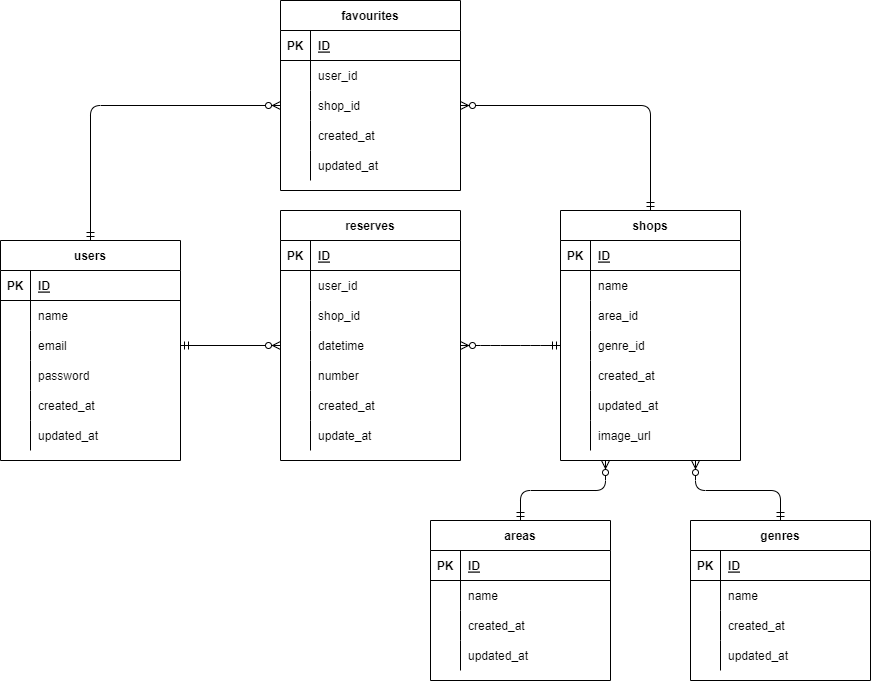
naotominato/rese keeps this draw.io diagram as 更新用er.drawio.png. Above is the earlier version. Source tidied: cells renumbered, new cells last; positions are measured from the earlier drawing's top-left corner, leaving out a move shared by most shapes.
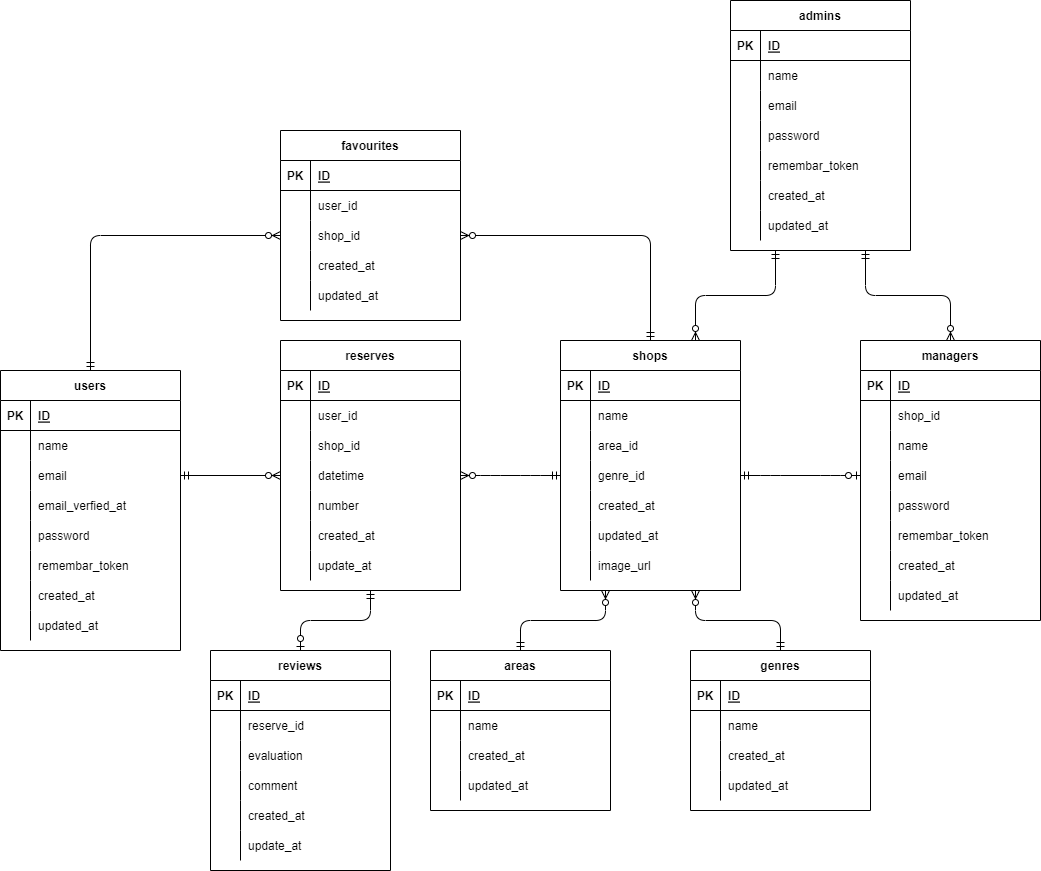
Above is the later version.

What changed in the source:
```diff
@@ -213,7 +213,7 @@
       <mxGeometry x="30" width="150" height="30" as="geometry" />
     </mxCell>
     <mxCell id="72" value="users" style="shape=table;startSize=30;rowLines=0;fontStyle=1;align=center;" parent="1" vertex="1">
-      <mxGeometry y="240" width="180" height="220" as="geometry" />
+      <mxGeometry y="240" width="180" height="280" as="geometry" />
     </mxCell>
     <mxCell id="73" style="shape=partialRectangle;fillColor=none;top=0;left=0;bottom=1;right=0;" parent="72" vertex="1">
       <mxGeometry y="30" width="180" height="30" as="geometry" />
@@ -248,7 +248,7 @@
     <mxCell id="83" style="shape=partialRectangle;fillColor=none;top=0;left=0;bottom=0;right=0;overflow=hidden;" parent="82" vertex="1">
       <mxGeometry width="30" height="30" as="geometry" />
     </mxCell>
-    <mxCell id="84" value="password" style="shape=partialRectangle;fillColor=none;top=0;left=0;bottom=0;right=0;align=left;spacingLeft=6;overflow=hidden;" parent="82" vertex="1">
+    <mxCell id="84" value="email_verfied_at" style="shape=partialRectangle;fillColor=none;top=0;left=0;bottom=0;right=0;align=left;spacingLeft=6;overflow=hidden;" parent="82" vertex="1">
       <mxGeometry x="30" width="150" height="30" as="geometry" />
     </mxCell>
     <mxCell id="85" style="shape=partialRectangle;fillColor=none;top=0;left=0;bottom=0;right=0;" parent="72" vertex="1">
@@ -257,7 +257,7 @@
     <mxCell id="86" style="shape=partialRectangle;fillColor=none;top=0;left=0;bottom=0;right=0;overflow=hidden;" parent="85" vertex="1">
       <mxGeometry width="30" height="30" as="geometry" />
     </mxCell>
-    <mxCell id="87" value="created_at" style="shape=partialRectangle;fillColor=none;top=0;left=0;bottom=0;right=0;align=left;spacingLeft=6;overflow=hidden;" parent="85" vertex="1">
+    <mxCell id="87" value="password" style="shape=partialRectangle;fillColor=none;top=0;left=0;bottom=0;right=0;align=left;spacingLeft=6;overflow=hidden;" parent="85" vertex="1">
       <mxGeometry x="30" width="150" height="30" as="geometry" />
     </mxCell>
     <mxCell id="88" style="shape=partialRectangle;fillColor=none;top=0;left=0;bottom=0;right=0;" parent="72" vertex="1">
@@ -266,9 +266,27 @@
     <mxCell id="89" style="shape=partialRectangle;fillColor=none;top=0;left=0;bottom=0;right=0;overflow=hidden;" parent="88" vertex="1">
       <mxGeometry width="30" height="30" as="geometry" />
     </mxCell>
-    <mxCell id="90" value="updated_at" style="shape=partialRectangle;fillColor=none;top=0;left=0;bottom=0;right=0;align=left;spacingLeft=6;overflow=hidden;" parent="88" vertex="1">
+    <mxCell id="90" value="remembar_token" style="shape=partialRectangle;fillColor=none;top=0;left=0;bottom=0;right=0;align=left;spacingLeft=6;overflow=hidden;" parent="88" vertex="1">
       <mxGeometry x="30" width="150" height="30" as="geometry" />
     </mxCell>
+    <mxCell id="113" style="shape=partialRectangle;fillColor=none;top=0;left=0;bottom=0;right=0;" parent="72" vertex="1">
+      <mxGeometry y="210" width="180" height="30" as="geometry" />
+    </mxCell>
+    <mxCell id="114" style="shape=partialRectangle;fillColor=none;top=0;left=0;bottom=0;right=0;overflow=hidden;" parent="113" vertex="1">
+      <mxGeometry width="30" height="30" as="geometry" />
+    </mxCell>
+    <mxCell id="115" value="created_at" style="shape=partialRectangle;fillColor=none;top=0;left=0;bottom=0;right=0;align=left;spacingLeft=6;overflow=hidden;" parent="113" vertex="1">
+      <mxGeometry x="30" width="150" height="30" as="geometry" />
+    </mxCell>
+    <mxCell id="116" style="shape=partialRectangle;fillColor=none;top=0;left=0;bottom=0;right=0;" parent="72" vertex="1">
+      <mxGeometry y="240" width="180" height="30" as="geometry" />
+    </mxCell>
+    <mxCell id="117" style="shape=partialRectangle;fillColor=none;top=0;left=0;bottom=0;right=0;overflow=hidden;" parent="116" vertex="1">
+      <mxGeometry width="30" height="30" as="geometry" />
+    </mxCell>
+    <mxCell id="118" value="updated_at" style="shape=partialRectangle;fillColor=none;top=0;left=0;bottom=0;right=0;align=left;spacingLeft=6;overflow=hidden;" parent="116" vertex="1">
+      <mxGeometry x="30" width="150" height="30" as="geometry" />
+    </mxCell>
     <mxCell id="91" style="fontSize=12;html=1;endArrow=ERzeroToMany;startArrow=ERmandOne;exitX=1;exitY=0.5;exitDx=0;exitDy=0;" parent="1" edge="1" source="79">
       <mxGeometry relative="1" as="geometry">
         <mxPoint x="280" y="345" as="targetPoint" />
@@ -337,5 +355,215 @@
     <mxCell id="112" style="edgeStyle=entityRelationEdgeStyle;fontSize=12;html=1;endArrow=ERzeroToMany;startArrow=ERmandOne;entryX=1;entryY=0.5;entryDx=0;entryDy=0;exitX=0;exitY=0.5;exitDx=0;exitDy=0;" parent="1" edge="1" source="12" target="34">
       <mxGeometry relative="1" as="geometry" />
     </mxCell>
+    <mxCell id="119" value="reviews" style="shape=table;startSize=30;rowLines=0;fontStyle=1;align=center;" parent="1" vertex="1">
+      <mxGeometry x="210" y="520" width="180" height="220" as="geometry" />
+    </mxCell>
+    <mxCell id="120" style="shape=partialRectangle;fillColor=none;top=0;left=0;bottom=1;right=0;" parent="119" vertex="1">
+      <mxGeometry y="30" width="180" height="30" as="geometry" />
+    </mxCell>
+    <mxCell id="121" value="PK" style="shape=partialRectangle;fillColor=none;top=0;left=0;bottom=0;right=0;fontStyle=1;overflow=hidden;" parent="120" vertex="1">
+      <mxGeometry width="30" height="30" as="geometry" />
+    </mxCell>
+    <mxCell id="122" value="ID" style="shape=partialRectangle;fillColor=none;top=0;left=0;bottom=0;right=0;align=left;spacingLeft=6;fontStyle=5;overflow=hidden;" parent="120" vertex="1">
+      <mxGeometry x="30" width="150" height="30" as="geometry" />
+    </mxCell>
+    <mxCell id="123" style="shape=partialRectangle;fillColor=none;top=0;left=0;bottom=0;right=0;" parent="119" vertex="1">
+      <mxGeometry y="60" width="180" height="30" as="geometry" />
+    </mxCell>
+    <mxCell id="124" style="shape=partialRectangle;fillColor=none;top=0;left=0;bottom=0;right=0;overflow=hidden;" parent="123" vertex="1">
+      <mxGeometry width="30" height="30" as="geometry" />
+    </mxCell>
+    <mxCell id="125" value="reserve_id" style="shape=partialRectangle;fillColor=none;top=0;left=0;bottom=0;right=0;align=left;spacingLeft=6;overflow=hidden;" parent="123" vertex="1">
+      <mxGeometry x="30" width="150" height="30" as="geometry" />
+    </mxCell>
+    <mxCell id="126" style="shape=partialRectangle;fillColor=none;top=0;left=0;bottom=0;right=0;" parent="119" vertex="1">
+      <mxGeometry y="90" width="180" height="30" as="geometry" />
+    </mxCell>
+    <mxCell id="127" style="shape=partialRectangle;fillColor=none;top=0;left=0;bottom=0;right=0;overflow=hidden;" parent="126" vertex="1">
+      <mxGeometry width="30" height="30" as="geometry" />
+    </mxCell>
+    <mxCell id="128" value="evaluation" style="shape=partialRectangle;fillColor=none;top=0;left=0;bottom=0;right=0;align=left;spacingLeft=6;overflow=hidden;" parent="126" vertex="1">
+      <mxGeometry x="30" width="150" height="30" as="geometry" />
+    </mxCell>
+    <mxCell id="129" style="shape=partialRectangle;fillColor=none;top=0;left=0;bottom=0;right=0;" parent="119" vertex="1">
+      <mxGeometry y="120" width="180" height="30" as="geometry" />
+    </mxCell>
+    <mxCell id="130" style="shape=partialRectangle;fillColor=none;top=0;left=0;bottom=0;right=0;overflow=hidden;" parent="129" vertex="1">
+      <mxGeometry width="30" height="30" as="geometry" />
+    </mxCell>
+    <mxCell id="131" value="comment" style="shape=partialRectangle;fillColor=none;top=0;left=0;bottom=0;right=0;align=left;spacingLeft=6;overflow=hidden;" parent="129" vertex="1">
+      <mxGeometry x="30" width="150" height="30" as="geometry" />
+    </mxCell>
+    <mxCell id="132" style="shape=partialRectangle;fillColor=none;top=0;left=0;bottom=0;right=0;" parent="119" vertex="1">
+      <mxGeometry y="150" width="180" height="30" as="geometry" />
+    </mxCell>
+    <mxCell id="133" style="shape=partialRectangle;fillColor=none;top=0;left=0;bottom=0;right=0;overflow=hidden;" parent="132" vertex="1">
+      <mxGeometry width="30" height="30" as="geometry" />
+    </mxCell>
+    <mxCell id="134" value="created_at" style="shape=partialRectangle;fillColor=none;top=0;left=0;bottom=0;right=0;align=left;spacingLeft=6;overflow=hidden;" parent="132" vertex="1">
+      <mxGeometry x="30" width="150" height="30" as="geometry" />
+    </mxCell>
+    <mxCell id="135" style="shape=partialRectangle;fillColor=none;top=0;left=0;bottom=0;right=0;" parent="119" vertex="1">
+      <mxGeometry y="180" width="180" height="30" as="geometry" />
+    </mxCell>
+    <mxCell id="136" style="shape=partialRectangle;fillColor=none;top=0;left=0;bottom=0;right=0;overflow=hidden;" parent="135" vertex="1">
+      <mxGeometry width="30" height="30" as="geometry" />
+    </mxCell>
+    <mxCell id="137" value="update_at" style="shape=partialRectangle;fillColor=none;top=0;left=0;bottom=0;right=0;align=left;spacingLeft=6;overflow=hidden;" parent="135" vertex="1">
+      <mxGeometry x="30" width="150" height="30" as="geometry" />
+    </mxCell>
+    <mxCell id="138" value="admins" style="shape=table;startSize=30;rowLines=0;fontStyle=1;align=center;" parent="1" vertex="1">
+      <mxGeometry x="730" y="-130" width="180" height="250" as="geometry" />
+    </mxCell>
+    <mxCell id="139" style="shape=partialRectangle;fillColor=none;top=0;left=0;bottom=1;right=0;" parent="138" vertex="1">
+      <mxGeometry y="30" width="180" height="30" as="geometry" />
+    </mxCell>
+    <mxCell id="140" value="PK" style="shape=partialRectangle;fillColor=none;top=0;left=0;bottom=0;right=0;fontStyle=1;overflow=hidden;" parent="139" vertex="1">
+      <mxGeometry width="30" height="30" as="geometry" />
+    </mxCell>
+    <mxCell id="141" value="ID" style="shape=partialRectangle;fillColor=none;top=0;left=0;bottom=0;right=0;align=left;spacingLeft=6;fontStyle=5;overflow=hidden;" parent="139" vertex="1">
+      <mxGeometry x="30" width="150" height="30" as="geometry" />
+    </mxCell>
+    <mxCell id="142" style="shape=partialRectangle;fillColor=none;top=0;left=0;bottom=0;right=0;" parent="138" vertex="1">
+      <mxGeometry y="60" width="180" height="30" as="geometry" />
+    </mxCell>
+    <mxCell id="143" style="shape=partialRectangle;fillColor=none;top=0;left=0;bottom=0;right=0;overflow=hidden;" parent="142" vertex="1">
+      <mxGeometry width="30" height="30" as="geometry" />
+    </mxCell>
+    <mxCell id="144" value="name" style="shape=partialRectangle;fillColor=none;top=0;left=0;bottom=0;right=0;align=left;spacingLeft=6;overflow=hidden;" parent="142" vertex="1">
+      <mxGeometry x="30" width="150" height="30" as="geometry" />
+    </mxCell>
+    <mxCell id="145" style="shape=partialRectangle;fillColor=none;top=0;left=0;bottom=0;right=0;" parent="138" vertex="1">
+      <mxGeometry y="90" width="180" height="30" as="geometry" />
+    </mxCell>
+    <mxCell id="146" style="shape=partialRectangle;fillColor=none;top=0;left=0;bottom=0;right=0;overflow=hidden;" parent="145" vertex="1">
+      <mxGeometry width="30" height="30" as="geometry" />
+    </mxCell>
+    <mxCell id="147" value="email" style="shape=partialRectangle;fillColor=none;top=0;left=0;bottom=0;right=0;align=left;spacingLeft=6;overflow=hidden;" parent="145" vertex="1">
+      <mxGeometry x="30" width="150" height="30" as="geometry" />
+    </mxCell>
+    <mxCell id="148" style="shape=partialRectangle;fillColor=none;top=0;left=0;bottom=0;right=0;" parent="138" vertex="1">
+      <mxGeometry y="120" width="180" height="30" as="geometry" />
+    </mxCell>
+    <mxCell id="149" style="shape=partialRectangle;fillColor=none;top=0;left=0;bottom=0;right=0;overflow=hidden;" parent="148" vertex="1">
+      <mxGeometry width="30" height="30" as="geometry" />
+    </mxCell>
+    <mxCell id="150" value="password" style="shape=partialRectangle;fillColor=none;top=0;left=0;bottom=0;right=0;align=left;spacingLeft=6;overflow=hidden;" parent="148" vertex="1">
+      <mxGeometry x="30" width="150" height="30" as="geometry" />
+    </mxCell>
+    <mxCell id="151" style="shape=partialRectangle;fillColor=none;top=0;left=0;bottom=0;right=0;" parent="138" vertex="1">
+      <mxGeometry y="150" width="180" height="30" as="geometry" />
+    </mxCell>
+    <mxCell id="152" style="shape=partialRectangle;fillColor=none;top=0;left=0;bottom=0;right=0;overflow=hidden;" parent="151" vertex="1">
+      <mxGeometry width="30" height="30" as="geometry" />
+    </mxCell>
+    <mxCell id="153" value="remembar_token" style="shape=partialRectangle;fillColor=none;top=0;left=0;bottom=0;right=0;align=left;spacingLeft=6;overflow=hidden;" parent="151" vertex="1">
+      <mxGeometry x="30" width="150" height="30" as="geometry" />
+    </mxCell>
+    <mxCell id="154" style="shape=partialRectangle;fillColor=none;top=0;left=0;bottom=0;right=0;" parent="138" vertex="1">
+      <mxGeometry y="180" width="180" height="30" as="geometry" />
+    </mxCell>
+    <mxCell id="155" style="shape=partialRectangle;fillColor=none;top=0;left=0;bottom=0;right=0;overflow=hidden;" parent="154" vertex="1">
+      <mxGeometry width="30" height="30" as="geometry" />
+    </mxCell>
+    <mxCell id="156" value="created_at" style="shape=partialRectangle;fillColor=none;top=0;left=0;bottom=0;right=0;align=left;spacingLeft=6;overflow=hidden;" parent="154" vertex="1">
+      <mxGeometry x="30" width="150" height="30" as="geometry" />
+    </mxCell>
+    <mxCell id="157" style="shape=partialRectangle;fillColor=none;top=0;left=0;bottom=0;right=0;" parent="138" vertex="1">
+      <mxGeometry y="210" width="180" height="30" as="geometry" />
+    </mxCell>
+    <mxCell id="158" style="shape=partialRectangle;fillColor=none;top=0;left=0;bottom=0;right=0;overflow=hidden;" parent="157" vertex="1">
+      <mxGeometry width="30" height="30" as="geometry" />
+    </mxCell>
+    <mxCell id="159" value="updated_at" style="shape=partialRectangle;fillColor=none;top=0;left=0;bottom=0;right=0;align=left;spacingLeft=6;overflow=hidden;" parent="157" vertex="1">
+      <mxGeometry x="30" width="150" height="30" as="geometry" />
+    </mxCell>
+    <mxCell id="160" value="managers" style="shape=table;startSize=30;rowLines=0;fontStyle=1;align=center;" parent="1" vertex="1">
+      <mxGeometry x="860" y="210" width="180" height="280" as="geometry" />
+    </mxCell>
+    <mxCell id="161" style="shape=partialRectangle;fillColor=none;top=0;left=0;bottom=1;right=0;" parent="160" vertex="1">
+      <mxGeometry y="30" width="180" height="30" as="geometry" />
+    </mxCell>
+    <mxCell id="162" value="PK" style="shape=partialRectangle;fillColor=none;top=0;left=0;bottom=0;right=0;fontStyle=1;overflow=hidden;" parent="161" vertex="1">
+      <mxGeometry width="30" height="30" as="geometry" />
+    </mxCell>
+    <mxCell id="163" value="ID" style="shape=partialRectangle;fillColor=none;top=0;left=0;bottom=0;right=0;align=left;spacingLeft=6;fontStyle=5;overflow=hidden;" parent="161" vertex="1">
+      <mxGeometry x="30" width="150" height="30" as="geometry" />
+    </mxCell>
+    <mxCell id="164" style="shape=partialRectangle;fillColor=none;top=0;left=0;bottom=0;right=0;" parent="160" vertex="1">
+      <mxGeometry y="60" width="180" height="30" as="geometry" />
+    </mxCell>
+    <mxCell id="165" style="shape=partialRectangle;fillColor=none;top=0;left=0;bottom=0;right=0;overflow=hidden;" parent="164" vertex="1">
+      <mxGeometry width="30" height="30" as="geometry" />
+    </mxCell>
+    <mxCell id="166" value="shop_id" style="shape=partialRectangle;fillColor=none;top=0;left=0;bottom=0;right=0;align=left;spacingLeft=6;overflow=hidden;" parent="164" vertex="1">
+      <mxGeometry x="30" width="150" height="30" as="geometry" />
+    </mxCell>
+    <mxCell id="167" style="shape=partialRectangle;fillColor=none;top=0;left=0;bottom=0;right=0;" parent="160" vertex="1">
+      <mxGeometry y="90" width="180" height="30" as="geometry" />
+    </mxCell>
+    <mxCell id="168" style="shape=partialRectangle;fillColor=none;top=0;left=0;bottom=0;right=0;overflow=hidden;" parent="167" vertex="1">
+      <mxGeometry width="30" height="30" as="geometry" />
+    </mxCell>
+    <mxCell id="169" value="name" style="shape=partialRectangle;fillColor=none;top=0;left=0;bottom=0;right=0;align=left;spacingLeft=6;overflow=hidden;" parent="167" vertex="1">
+      <mxGeometry x="30" width="150" height="30" as="geometry" />
+    </mxCell>
+    <mxCell id="170" style="shape=partialRectangle;fillColor=none;top=0;left=0;bottom=0;right=0;points=[[0,0.5],[1,0.5]];portConstraint=eastwest;" parent="160" vertex="1">
+      <mxGeometry y="120" width="180" height="30" as="geometry" />
+    </mxCell>
+    <mxCell id="171" style="shape=partialRectangle;fillColor=none;top=0;left=0;bottom=0;right=0;overflow=hidden;" parent="170" vertex="1">
+      <mxGeometry width="30" height="30" as="geometry" />
+    </mxCell>
+    <mxCell id="172" value="email" style="shape=partialRectangle;fillColor=none;top=0;left=0;bottom=0;right=0;align=left;spacingLeft=6;overflow=hidden;" parent="170" vertex="1">
+      <mxGeometry x="30" width="150" height="30" as="geometry" />
+    </mxCell>
+    <mxCell id="173" style="shape=partialRectangle;fillColor=none;top=0;left=0;bottom=0;right=0;" parent="160" vertex="1">
+      <mxGeometry y="150" width="180" height="30" as="geometry" />
+    </mxCell>
+    <mxCell id="174" style="shape=partialRectangle;fillColor=none;top=0;left=0;bottom=0;right=0;overflow=hidden;" parent="173" vertex="1">
+      <mxGeometry width="30" height="30" as="geometry" />
+    </mxCell>
+    <mxCell id="175" value="password" style="shape=partialRectangle;fillColor=none;top=0;left=0;bottom=0;right=0;align=left;spacingLeft=6;overflow=hidden;" parent="173" vertex="1">
+      <mxGeometry x="30" width="150" height="30" as="geometry" />
+    </mxCell>
+    <mxCell id="176" style="shape=partialRectangle;fillColor=none;top=0;left=0;bottom=0;right=0;" parent="160" vertex="1">
+      <mxGeometry y="180" width="180" height="30" as="geometry" />
+    </mxCell>
+    <mxCell id="177" style="shape=partialRectangle;fillColor=none;top=0;left=0;bottom=0;right=0;overflow=hidden;" parent="176" vertex="1">
+      <mxGeometry width="30" height="30" as="geometry" />
+    </mxCell>
+    <mxCell id="178" value="remembar_token" style="shape=partialRectangle;fillColor=none;top=0;left=0;bottom=0;right=0;align=left;spacingLeft=6;overflow=hidden;" parent="176" vertex="1">
+      <mxGeometry x="30" width="150" height="30" as="geometry" />
+    </mxCell>
+    <mxCell id="179" style="shape=partialRectangle;fillColor=none;top=0;left=0;bottom=0;right=0;" parent="160" vertex="1">
+      <mxGeometry y="210" width="180" height="30" as="geometry" />
+    </mxCell>
+    <mxCell id="180" style="shape=partialRectangle;fillColor=none;top=0;left=0;bottom=0;right=0;overflow=hidden;" parent="179" vertex="1">
+      <mxGeometry width="30" height="30" as="geometry" />
+    </mxCell>
+    <mxCell id="181" value="created_at" style="shape=partialRectangle;fillColor=none;top=0;left=0;bottom=0;right=0;align=left;spacingLeft=6;overflow=hidden;" parent="179" vertex="1">
+      <mxGeometry x="30" width="150" height="30" as="geometry" />
+    </mxCell>
+    <mxCell id="182" style="shape=partialRectangle;fillColor=none;top=0;left=0;bottom=0;right=0;" parent="160" vertex="1">
+      <mxGeometry y="240" width="180" height="30" as="geometry" />
+    </mxCell>
+    <mxCell id="183" style="shape=partialRectangle;fillColor=none;top=0;left=0;bottom=0;right=0;overflow=hidden;" parent="182" vertex="1">
+      <mxGeometry width="30" height="30" as="geometry" />
+    </mxCell>
+    <mxCell id="184" value="updated_at" style="shape=partialRectangle;fillColor=none;top=0;left=0;bottom=0;right=0;align=left;spacingLeft=6;overflow=hidden;" parent="182" vertex="1">
+      <mxGeometry x="30" width="150" height="30" as="geometry" />
+    </mxCell>
+    <mxCell id="185" style="edgeStyle=entityRelationEdgeStyle;fontSize=12;html=1;endArrow=ERzeroToOne;startArrow=ERmandOne;entryX=0;entryY=0.5;entryDx=0;entryDy=0;exitX=1;exitY=0.5;exitDx=0;exitDy=0;" parent="1" edge="1" source="12" target="170">
+      <mxGeometry relative="1" as="geometry" />
+    </mxCell>
+    <mxCell id="186" style="fontSize=12;html=1;endArrow=ERzeroToMany;startArrow=ERmandOne;entryX=0.5;entryY=0;entryDx=0;entryDy=0;exitX=0.75;exitY=1;exitDx=0;exitDy=0;edgeStyle=orthogonalEdgeStyle;" parent="1" edge="1" source="138" target="160">
+      <mxGeometry relative="1" as="geometry" />
+    </mxCell>
+    <mxCell id="187" style="edgeStyle=orthogonalEdgeStyle;fontSize=12;html=1;endArrow=ERzeroToMany;startArrow=ERmandOne;entryX=0.75;entryY=0;entryDx=0;entryDy=0;exitX=0.25;exitY=1;exitDx=0;exitDy=0;" parent="1" edge="1" source="138" target="2">
+      <mxGeometry relative="1" as="geometry" />
+    </mxCell>
+    <mxCell id="188" style="edgeStyle=orthogonalEdgeStyle;fontSize=12;html=1;endArrow=ERzeroToOne;startArrow=ERmandOne;entryX=0.5;entryY=0;entryDx=0;entryDy=0;exitX=0.5;exitY=1;exitDx=0;exitDy=0;" parent="1" edge="1" source="24" target="119">
+      <mxGeometry relative="1" as="geometry" />
+    </mxCell>
   </root>
 </mxGraphModel>
```
